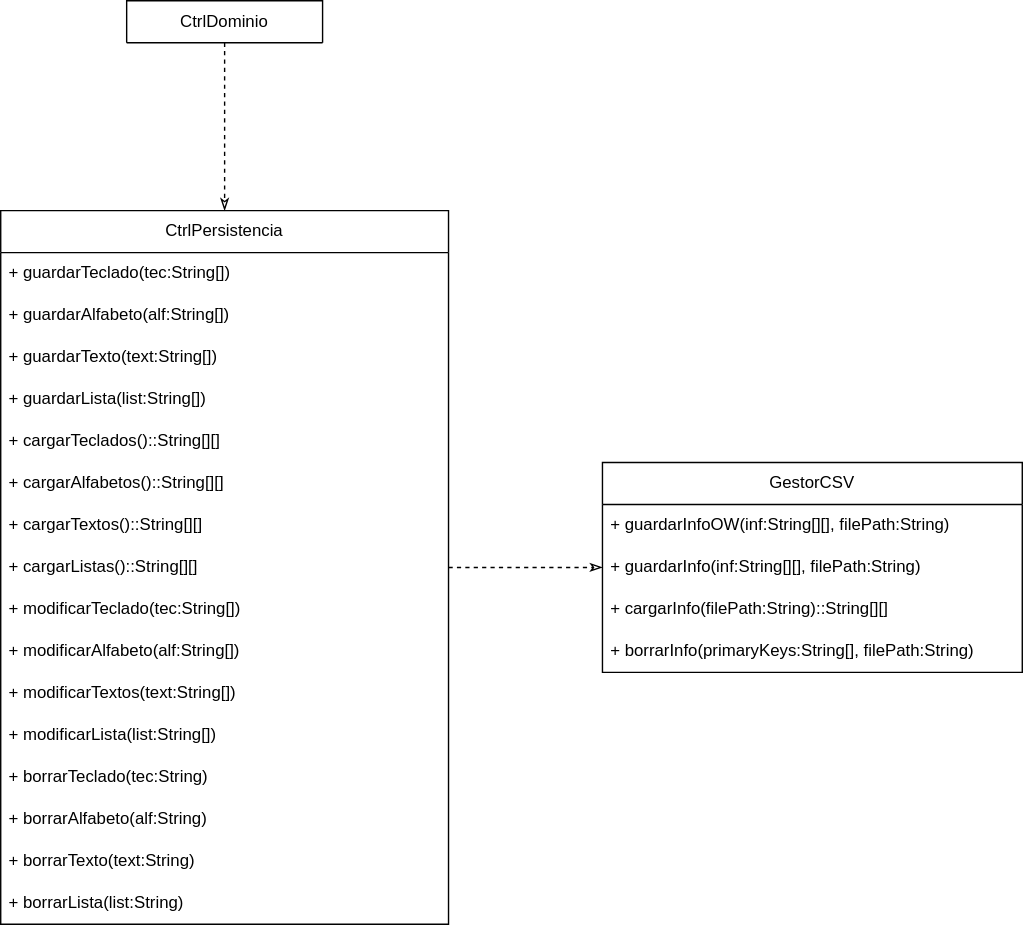
levyy7/TeclApp keeps this draw.io diagram as Entrega2/DOCS/UMLPersistencia.svg. Above is the earlier version. Source tidied: cells renumbered, new cells last; positions are measured from the earlier drawing's top-left corner, leaving out a move shared by most shapes.
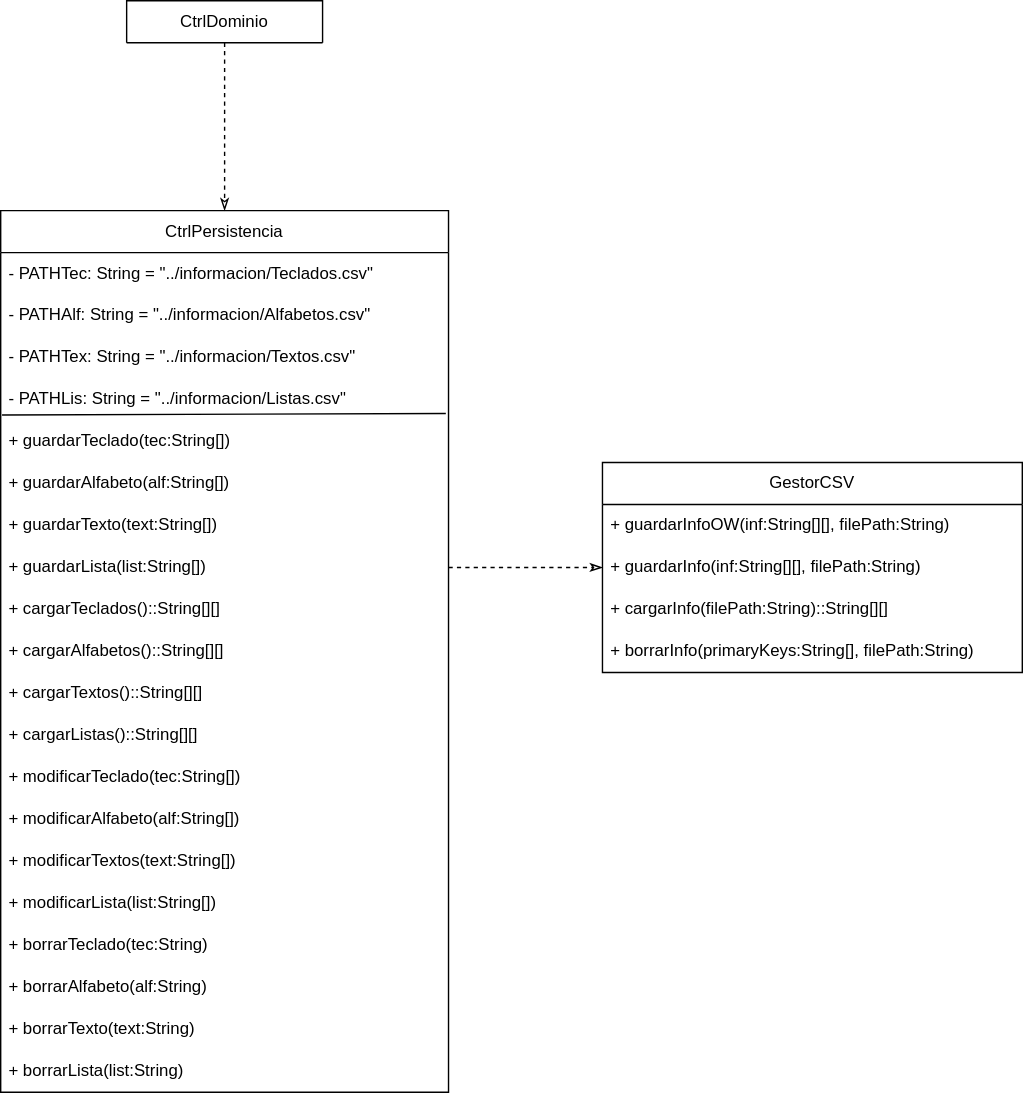
Above is the later version.

Diff of the diagram source:
```diff
@@ -6,56 +6,71 @@
       <mxGeometry x="90" width="140" height="30" as="geometry" />
     </mxCell>
     <mxCell id="3" value="CtrlPersistencia" style="swimlane;fontStyle=0;horizontal=1;startSize=30;whiteSpace=wrap;html=1;" parent="1" vertex="1">
-      <mxGeometry y="150" width="320" height="510" as="geometry" />
+      <mxGeometry y="150" width="320" height="630" as="geometry" />
     </mxCell>
+    <mxCell id="27" value="- PATHTec: String = &quot;../informacion/Teclados.csv&quot;" style="text;strokeColor=none;fillColor=none;align=left;verticalAlign=middle;spacingLeft=4;spacingRight=4;overflow=hidden;whiteSpace=wrap;html=1;" parent="3" vertex="1">
+      <mxGeometry y="30" width="320" height="30" as="geometry" />
+    </mxCell>
+    <mxCell id="28" value="- PATHAlf: String = &quot;../informacion/Alfabetos.csv&quot;" style="text;strokeColor=none;fillColor=none;align=left;verticalAlign=middle;spacingLeft=4;spacingRight=4;overflow=hidden;whiteSpace=wrap;html=1;" parent="3" vertex="1">
+      <mxGeometry y="60" width="320" height="30" as="geometry" />
+    </mxCell>
+    <mxCell id="29" value="- PATHTex: String = &quot;../informacion/Textos.csv&quot;" style="text;strokeColor=none;fillColor=none;align=left;verticalAlign=middle;spacingLeft=4;spacingRight=4;overflow=hidden;whiteSpace=wrap;html=1;" parent="3" vertex="1">
+      <mxGeometry y="90" width="320" height="30" as="geometry" />
+    </mxCell>
+    <mxCell id="30" value="- PATHLis: String = &quot;../informacion/Listas.csv&quot;" style="text;strokeColor=none;fillColor=none;align=left;verticalAlign=middle;spacingLeft=4;spacingRight=4;overflow=hidden;whiteSpace=wrap;html=1;" parent="3" vertex="1">
+      <mxGeometry y="120" width="320" height="30" as="geometry" />
+    </mxCell>
     <mxCell id="4" value="+ guardarTeclado(tec:String[])" style="text;strokeColor=none;fillColor=none;align=left;verticalAlign=middle;spacingLeft=4;spacingRight=4;overflow=hidden;points=[[0,0.5],[1,0.5]];portConstraint=eastwest;whiteSpace=wrap;html=1;" parent="3" vertex="1">
-      <mxGeometry y="30" width="320" height="30" as="geometry" />
+      <mxGeometry y="150" width="320" height="30" as="geometry" />
     </mxCell>
     <mxCell id="5" value="+ guardarAlfabeto(alf:String[])" style="text;strokeColor=none;fillColor=none;align=left;verticalAlign=middle;spacingLeft=4;spacingRight=4;overflow=hidden;whiteSpace=wrap;html=1;" parent="3" vertex="1">
-      <mxGeometry y="60" width="320" height="30" as="geometry" />
+      <mxGeometry y="180" width="320" height="30" as="geometry" />
     </mxCell>
     <mxCell id="6" value="+ guardarTexto(text:String[])" style="text;strokeColor=none;fillColor=none;align=left;verticalAlign=middle;spacingLeft=4;spacingRight=4;overflow=hidden;whiteSpace=wrap;html=1;" parent="3" vertex="1">
-      <mxGeometry y="90" width="320" height="30" as="geometry" />
+      <mxGeometry y="210" width="320" height="30" as="geometry" />
     </mxCell>
     <mxCell id="7" value="+ guardarLista(list:String[])" style="text;strokeColor=none;fillColor=none;align=left;verticalAlign=middle;spacingLeft=4;spacingRight=4;overflow=hidden;points=[[0,0.5],[1,0.5]];portConstraint=eastwest;whiteSpace=wrap;html=1;" parent="3" vertex="1">
-      <mxGeometry y="120" width="320" height="30" as="geometry" />
+      <mxGeometry y="240" width="320" height="30" as="geometry" />
     </mxCell>
     <mxCell id="8" value="+ cargarTeclados()::String[][]" style="text;strokeColor=none;fillColor=none;align=left;verticalAlign=middle;spacingLeft=4;spacingRight=4;overflow=hidden;whiteSpace=wrap;html=1;" parent="3" vertex="1">
-      <mxGeometry y="150" width="320" height="30" as="geometry" />
+      <mxGeometry y="270" width="320" height="30" as="geometry" />
     </mxCell>
     <mxCell id="9" value="+ cargarAlfabetos()::String[][]" style="text;strokeColor=none;fillColor=none;align=left;verticalAlign=middle;spacingLeft=4;spacingRight=4;overflow=hidden;whiteSpace=wrap;html=1;" parent="3" vertex="1">
-      <mxGeometry y="180" width="320" height="30" as="geometry" />
+      <mxGeometry y="300" width="320" height="30" as="geometry" />
     </mxCell>
     <mxCell id="10" value="+ cargarTextos()::String[][]" style="text;strokeColor=none;fillColor=none;align=left;verticalAlign=middle;spacingLeft=4;spacingRight=4;overflow=hidden;whiteSpace=wrap;html=1;" parent="3" vertex="1">
-      <mxGeometry y="210" width="320" height="30" as="geometry" />
+      <mxGeometry y="330" width="320" height="30" as="geometry" />
     </mxCell>
     <mxCell id="11" value="+ cargarListas()::String[][]" style="text;strokeColor=none;fillColor=none;align=left;verticalAlign=middle;spacingLeft=4;spacingRight=4;overflow=hidden;whiteSpace=wrap;html=1;" parent="3" vertex="1">
-      <mxGeometry y="240" width="320" height="30" as="geometry" />
+      <mxGeometry y="360" width="320" height="30" as="geometry" />
     </mxCell>
     <mxCell id="12" value="+ modificarTeclado(tec:String[])" style="text;strokeColor=none;fillColor=none;align=left;verticalAlign=middle;spacingLeft=4;spacingRight=4;overflow=hidden;whiteSpace=wrap;html=1;" parent="3" vertex="1">
-      <mxGeometry y="270" width="320" height="30" as="geometry" />
+      <mxGeometry y="390" width="320" height="30" as="geometry" />
     </mxCell>
     <mxCell id="13" value="+ modificarAlfabeto(alf:String[])" style="text;strokeColor=none;fillColor=none;align=left;verticalAlign=middle;spacingLeft=4;spacingRight=4;overflow=hidden;whiteSpace=wrap;html=1;" parent="3" vertex="1">
-      <mxGeometry y="300" width="320" height="30" as="geometry" />
+      <mxGeometry y="420" width="320" height="30" as="geometry" />
     </mxCell>
     <mxCell id="14" value="+ modificarTextos(text:String[])" style="text;strokeColor=none;fillColor=none;align=left;verticalAlign=middle;spacingLeft=4;spacingRight=4;overflow=hidden;whiteSpace=wrap;html=1;" parent="3" vertex="1">
-      <mxGeometry y="330" width="320" height="30" as="geometry" />
+      <mxGeometry y="450" width="320" height="30" as="geometry" />
     </mxCell>
     <mxCell id="15" value="+ modificarLista(list:String[])" style="text;strokeColor=none;fillColor=none;align=left;verticalAlign=middle;spacingLeft=4;spacingRight=4;overflow=hidden;whiteSpace=wrap;html=1;" parent="3" vertex="1">
-      <mxGeometry y="360" width="320" height="30" as="geometry" />
+      <mxGeometry y="480" width="320" height="30" as="geometry" />
     </mxCell>
     <mxCell id="16" value="+ borrarTeclado(tec:String)" style="text;strokeColor=none;fillColor=none;align=left;verticalAlign=middle;spacingLeft=4;spacingRight=4;overflow=hidden;whiteSpace=wrap;html=1;" parent="3" vertex="1">
-      <mxGeometry y="390" width="320" height="30" as="geometry" />
+      <mxGeometry y="510" width="320" height="30" as="geometry" />
     </mxCell>
     <mxCell id="17" value="+ borrarAlfabeto(alf:String)" style="text;strokeColor=none;fillColor=none;align=left;verticalAlign=middle;spacingLeft=4;spacingRight=4;overflow=hidden;whiteSpace=wrap;html=1;" parent="3" vertex="1">
-      <mxGeometry y="420" width="320" height="30" as="geometry" />
+      <mxGeometry y="540" width="320" height="30" as="geometry" />
     </mxCell>
     <mxCell id="18" value="+ borrarTexto(text:String)" style="text;strokeColor=none;fillColor=none;align=left;verticalAlign=middle;spacingLeft=4;spacingRight=4;overflow=hidden;whiteSpace=wrap;html=1;" parent="3" vertex="1">
-      <mxGeometry y="450" width="320" height="30" as="geometry" />
+      <mxGeometry y="570" width="320" height="30" as="geometry" />
     </mxCell>
     <mxCell id="19" value="+ borrarLista(list:String)" style="text;strokeColor=none;fillColor=none;align=left;verticalAlign=middle;spacingLeft=4;spacingRight=4;overflow=hidden;whiteSpace=wrap;html=1;" parent="3" vertex="1">
-      <mxGeometry y="480" width="320" height="30" as="geometry" />
+      <mxGeometry y="600" width="320" height="30" as="geometry" />
     </mxCell>
+    <mxCell id="31" style="endArrow=none;html=1;rounded=0;entryX=0.994;entryY=-0.167;entryDx=0;entryDy=0;entryPerimeter=0;exitX=0.003;exitY=-0.133;exitDx=0;exitDy=0;exitPerimeter=0;" parent="3" edge="1" source="4" target="4">
+      <mxGeometry relative="1" as="geometry" />
+    </mxCell>
     <mxCell id="20" style="endArrow=classicThin;dashed=1;html=1;rounded=0;endFill=0;" parent="1" edge="1" source="2" target="3">
       <mxGeometry relative="1" as="geometry" />
     </mxCell>
@@ -74,7 +89,7 @@
     <mxCell id="25" value="+ borrarInfo(primaryKeys:String[], filePath:String)" style="text;strokeColor=none;fillColor=none;align=left;verticalAlign=middle;spacingLeft=4;spacingRight=4;overflow=hidden;whiteSpace=wrap;html=1;" parent="21" vertex="1">
       <mxGeometry y="120" width="300" height="30" as="geometry" />
     </mxCell>
-    <mxCell id="26" style="endArrow=classicThin;dashed=1;html=1;rounded=0;endFill=0;" parent="1" edge="1" source="3" target="21">
+    <mxCell id="26" style="endArrow=classicThin;dashed=1;html=1;rounded=0;endFill=0;exitX=1;exitY=0.5;exitDx=0;exitDy=0;" parent="1" edge="1" source="7" target="21">
       <mxGeometry relative="1" as="geometry" />
     </mxCell>
   </root>
```
